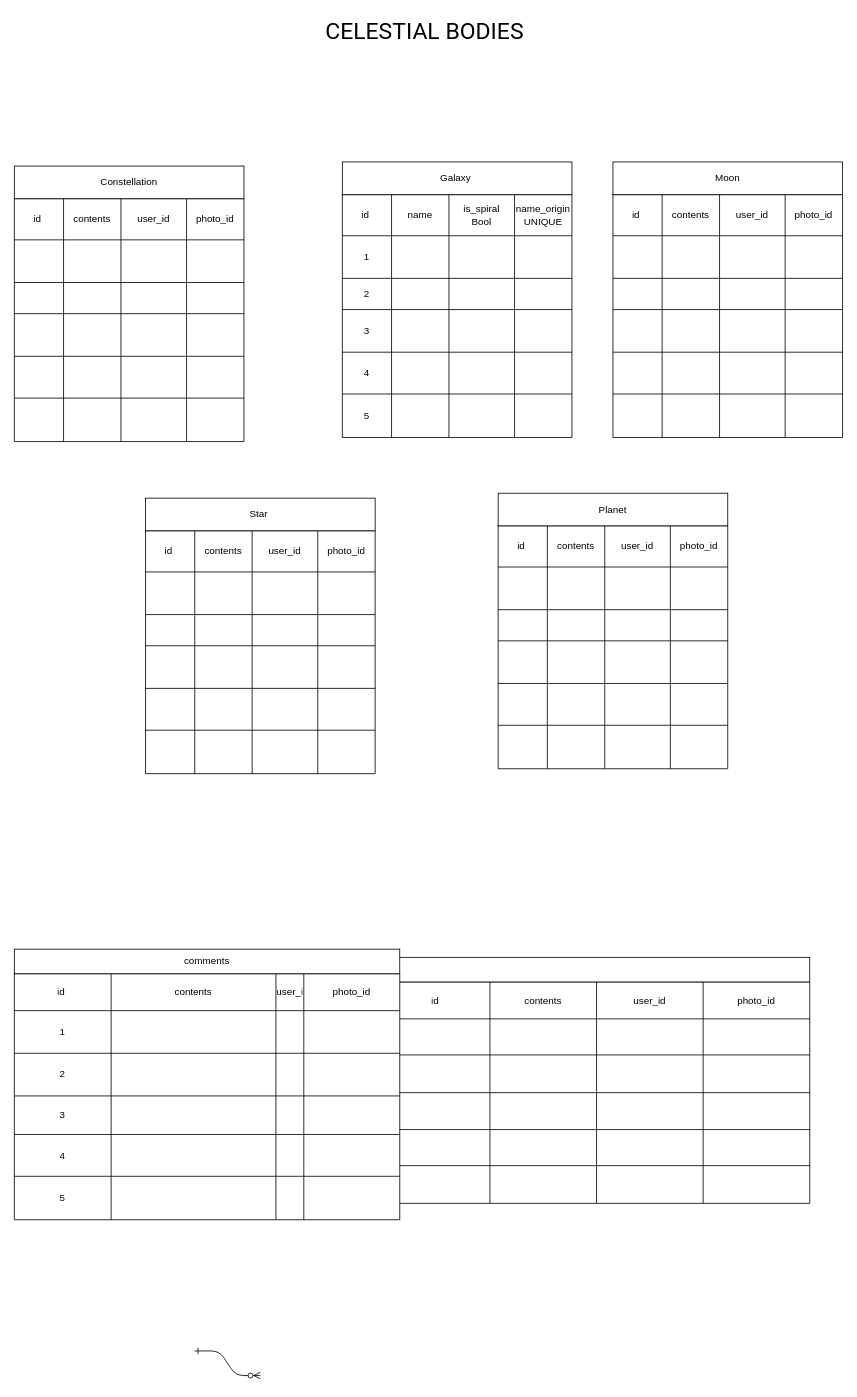
This is Untitled Diagram.drawio from MorganEJLA/sql-drawings, a draw.io file, before an edit. Source tidied: cells renumbered, new cells numbered last; positions are measured from the earlier drawing's top-left corner, leaving out a move shared by most shapes. Both pictures are drawn from the tidied source at 82%, with x=0, y=0 at pixel (14, 14).
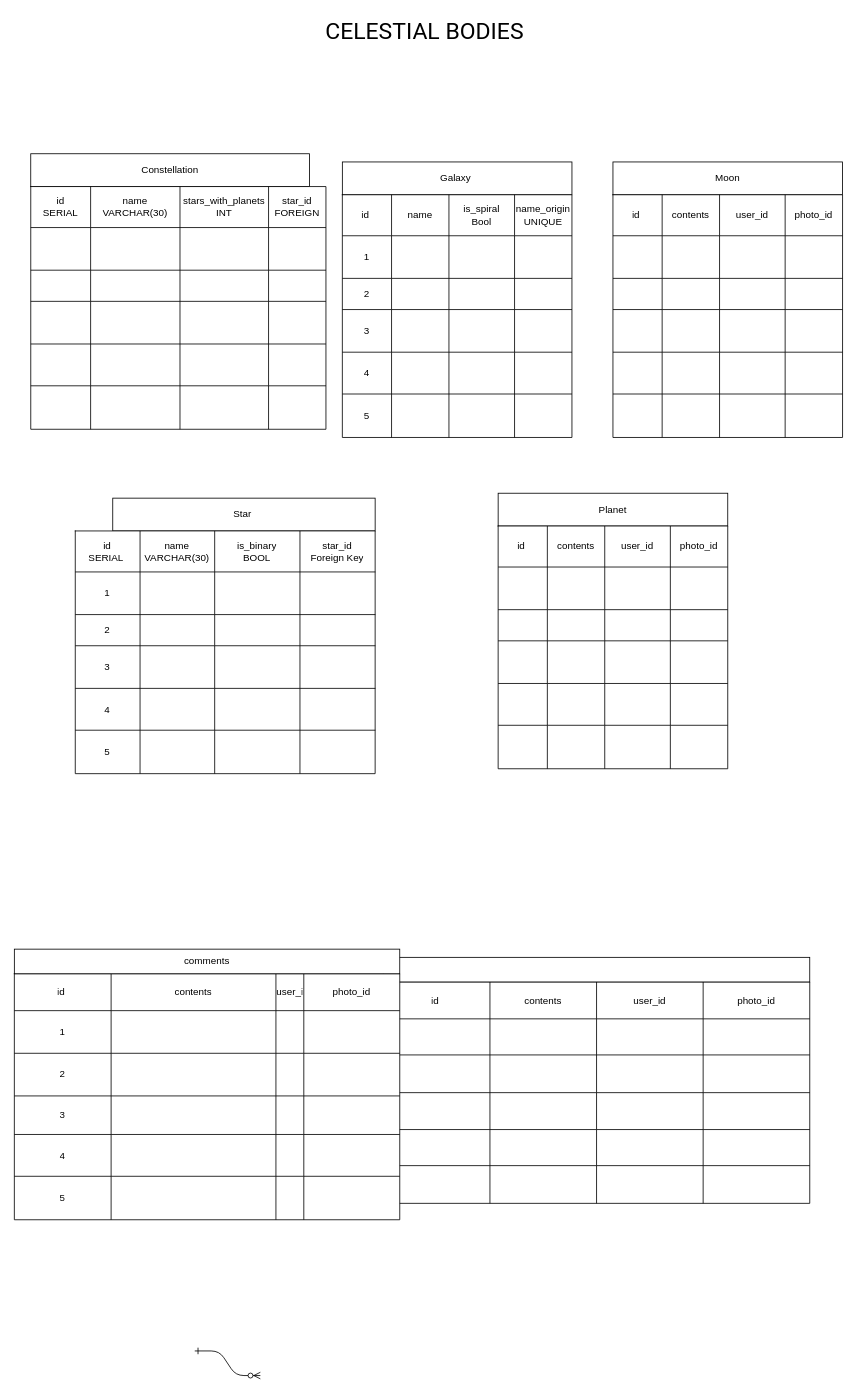
The same diagram, later.

The edit, as a diff of the source:
```diff
@@
     <mxCell id="71" style="group;" parent="1" vertex="1">
-      <mxGeometry x="160" y="590" width="280" height="336" as="geometry" />
+      <mxGeometry x="120" y="590" width="320" height="336" as="geometry" />
     </mxCell>
     <mxCell id="72" value="Star&amp;nbsp;" style="whiteSpace=wrap;html=1;" parent="71" vertex="1">
-      <mxGeometry width="280" height="40" as="geometry" />
+      <mxGeometry width="320" height="40" as="geometry" />
     </mxCell>
     <mxCell id="73" style="shape=table;startSize=0;childLayout=tableLayout;" parent="71" vertex="1">
-      <mxGeometry y="40" width="280" height="296" as="geometry" />
+      <mxGeometry x="-45.7" y="40" width="365.7" height="296" as="geometry" />
     </mxCell>
     <mxCell id="74" style="shape=tableRow;horizontal=0;startSize=0;swimlaneHead=0;swimlaneBody=0;top=0;left=0;bottom=0;right=0;fillColor=none;" parent="73" vertex="1">
-      <mxGeometry width="280" height="50" as="geometry" />
+      <mxGeometry width="365.7" height="50" as="geometry" />
     </mxCell>
-    <mxCell id="75" value="id&lt;span style=&quot;white-space: pre;&quot;&gt; &lt;/span&gt;" style="shape=partialRectangle;html=1;whiteSpace=wrap;overflow=hidden;fillColor=none;top=0;left=0;bottom=0;right=0;" parent="74" vertex="1">
-      <mxGeometry width="60" height="50" as="geometry" />
+    <mxCell id="75" value="id&lt;br&gt;&lt;span style=&quot;white-space: pre;&quot;&gt;SERIAL &lt;/span&gt;" style="shape=partialRectangle;html=1;whiteSpace=wrap;overflow=hidden;fillColor=none;top=0;left=0;bottom=0;right=0;" parent="74" vertex="1">
+      <mxGeometry width="79" height="50" as="geometry" />
     </mxCell>
-    <mxCell id="76" value="contents" style="shape=partialRectangle;html=1;whiteSpace=wrap;overflow=hidden;fillColor=none;top=0;left=0;bottom=0;right=0;" parent="74" vertex="1">
-      <mxGeometry x="60" width="70" height="50" as="geometry" />
+    <mxCell id="76" value="name&lt;br&gt;VARCHAR(30)" style="shape=partialRectangle;html=1;whiteSpace=wrap;overflow=hidden;fillColor=none;top=0;left=0;bottom=0;right=0;" parent="74" vertex="1">
+      <mxGeometry x="79" width="91" height="50" as="geometry" />
     </mxCell>
-    <mxCell id="77" value="user_id" style="shape=partialRectangle;html=1;whiteSpace=wrap;overflow=hidden;fillColor=none;top=0;left=0;bottom=0;right=0;" parent="74" vertex="1">
-      <mxGeometry x="130" width="80" height="50" as="geometry" />
+    <mxCell id="77" value="is_binary&lt;br&gt;BOOL" style="shape=partialRectangle;html=1;whiteSpace=wrap;overflow=hidden;fillColor=none;top=0;left=0;bottom=0;right=0;" parent="74" vertex="1">
+      <mxGeometry x="170" width="104" height="50" as="geometry" />
     </mxCell>
-    <mxCell id="78" value="photo_id" style="shape=partialRectangle;html=1;whiteSpace=wrap;overflow=hidden;fillColor=none;top=0;left=0;bottom=0;right=0;" parent="74" vertex="1">
-      <mxGeometry x="210" width="70" height="50" as="geometry" />
+    <mxCell id="78" value="star_id&lt;br&gt;Foreign Key" style="shape=partialRectangle;html=1;whiteSpace=wrap;overflow=hidden;fillColor=none;top=0;left=0;bottom=0;right=0;" parent="74" vertex="1">
+      <mxGeometry x="274" width="92" height="50" as="geometry" />
     </mxCell>
     <mxCell id="79" style="shape=tableRow;horizontal=0;startSize=0;swimlaneHead=0;swimlaneBody=0;top=0;left=0;bottom=0;right=0;fillColor=none;" parent="73" vertex="1">
-      <mxGeometry y="50" width="280" height="52" as="geometry" />
+      <mxGeometry y="50" width="365.7" height="52" as="geometry" />
     </mxCell>
-    <mxCell id="80" style="shape=partialRectangle;html=1;whiteSpace=wrap;overflow=hidden;fillColor=none;top=0;left=0;bottom=0;right=0;" parent="79" vertex="1">
-      <mxGeometry width="60" height="52" as="geometry" />
+    <mxCell id="80" value="1" style="shape=partialRectangle;html=1;whiteSpace=wrap;overflow=hidden;fillColor=none;top=0;left=0;bottom=0;right=0;" parent="79" vertex="1">
+      <mxGeometry width="79" height="52" as="geometry" />
     </mxCell>
     <mxCell id="81" style="shape=partialRectangle;html=1;whiteSpace=wrap;overflow=hidden;fillColor=none;top=0;left=0;bottom=0;right=0;" parent="79" vertex="1">
-      <mxGeometry x="60" width="70" height="52" as="geometry" />
+      <mxGeometry x="79" width="91" height="52" as="geometry" />
     </mxCell>
     <mxCell id="82" style="shape=partialRectangle;html=1;whiteSpace=wrap;overflow=hidden;fillColor=none;top=0;left=0;bottom=0;right=0;" parent="79" vertex="1">
-      <mxGeometry x="130" width="80" height="52" as="geometry" />
+      <mxGeometry x="170" width="104" height="52" as="geometry" />
     </mxCell>
     <mxCell id="83" style="shape=partialRectangle;html=1;whiteSpace=wrap;overflow=hidden;fillColor=none;top=0;left=0;bottom=0;right=0;" parent="79" vertex="1">
-      <mxGeometry x="210" width="70" height="52" as="geometry" />
+      <mxGeometry x="274" width="92" height="52" as="geometry" />
     </mxCell>
     <mxCell id="84" style="shape=tableRow;horizontal=0;startSize=0;swimlaneHead=0;swimlaneBody=0;top=0;left=0;bottom=0;right=0;fillColor=none;" parent="73" vertex="1">
-      <mxGeometry y="102" width="280" height="38" as="geometry" />
+      <mxGeometry y="102" width="365.7" height="38" as="geometry" />
     </mxCell>
-    <mxCell id="85" style="shape=partialRectangle;html=1;whiteSpace=wrap;overflow=hidden;fillColor=none;top=0;left=0;bottom=0;right=0;" parent="84" vertex="1">
-      <mxGeometry width="60" height="38" as="geometry" />
+    <mxCell id="85" value="2" style="shape=partialRectangle;html=1;whiteSpace=wrap;overflow=hidden;fillColor=none;top=0;left=0;bottom=0;right=0;" parent="84" vertex="1">
+      <mxGeometry width="79" height="38" as="geometry" />
     </mxCell>
     <mxCell id="86" style="shape=partialRectangle;html=1;whiteSpace=wrap;overflow=hidden;fillColor=none;top=0;left=0;bottom=0;right=0;" parent="84" vertex="1">
-      <mxGeometry x="60" width="70" height="38" as="geometry" />
+      <mxGeometry x="79" width="91" height="38" as="geometry" />
     </mxCell>
     <mxCell id="87" style="shape=partialRectangle;html=1;whiteSpace=wrap;overflow=hidden;fillColor=none;top=0;left=0;bottom=0;right=0;" parent="84" vertex="1">
-      <mxGeometry x="130" width="80" height="38" as="geometry" />
+      <mxGeometry x="170" width="104" height="38" as="geometry" />
     </mxCell>
     <mxCell id="88" style="shape=partialRectangle;html=1;whiteSpace=wrap;overflow=hidden;fillColor=none;top=0;left=0;bottom=0;right=0;" parent="84" vertex="1">
-      <mxGeometry x="210" width="70" height="38" as="geometry" />
+      <mxGeometry x="274" width="92" height="38" as="geometry" />
     </mxCell>
     <mxCell id="89" style="shape=tableRow;horizontal=0;startSize=0;swimlaneHead=0;swimlaneBody=0;top=0;left=0;bottom=0;right=0;fillColor=none;" parent="73" vertex="1">
-      <mxGeometry y="140" width="280" height="52" as="geometry" />
+      <mxGeometry y="140" width="365.7" height="52" as="geometry" />
     </mxCell>
-    <mxCell id="90" style="shape=partialRectangle;html=1;whiteSpace=wrap;overflow=hidden;fillColor=none;top=0;left=0;bottom=0;right=0;" parent="89" vertex="1">
-      <mxGeometry width="60" height="52" as="geometry" />
+    <mxCell id="90" value="3" style="shape=partialRectangle;html=1;whiteSpace=wrap;overflow=hidden;fillColor=none;top=0;left=0;bottom=0;right=0;" parent="89" vertex="1">
+      <mxGeometry width="79" height="52" as="geometry" />
     </mxCell>
     <mxCell id="91" style="shape=partialRectangle;html=1;whiteSpace=wrap;overflow=hidden;fillColor=none;top=0;left=0;bottom=0;right=0;" parent="89" vertex="1">
-      <mxGeometry x="60" width="70" height="52" as="geometry" />
+      <mxGeometry x="79" width="91" height="52" as="geometry" />
     </mxCell>
     <mxCell id="92" style="shape=partialRectangle;html=1;whiteSpace=wrap;overflow=hidden;fillColor=none;top=0;left=0;bottom=0;right=0;" parent="89" vertex="1">
-      <mxGeometry x="130" width="80" height="52" as="geometry" />
+      <mxGeometry x="170" width="104" height="52" as="geometry" />
     </mxCell>
     <mxCell id="93" style="shape=partialRectangle;html=1;whiteSpace=wrap;overflow=hidden;fillColor=none;top=0;left=0;bottom=0;right=0;" parent="89" vertex="1">
-      <mxGeometry x="210" width="70" height="52" as="geometry" />
+      <mxGeometry x="274" width="92" height="52" as="geometry" />
     </mxCell>
     <mxCell id="94" style="shape=tableRow;horizontal=0;startSize=0;swimlaneHead=0;swimlaneBody=0;top=0;left=0;bottom=0;right=0;fillColor=none;" parent="73" vertex="1">
-      <mxGeometry y="192" width="280" height="51" as="geometry" />
+      <mxGeometry y="192" width="365.7" height="51" as="geometry" />
     </mxCell>
-    <mxCell id="95" style="shape=partialRectangle;html=1;whiteSpace=wrap;overflow=hidden;fillColor=none;top=0;left=0;bottom=0;right=0;" parent="94" vertex="1">
-      <mxGeometry width="60" height="51" as="geometry" />
+    <mxCell id="95" value="4" style="shape=partialRectangle;html=1;whiteSpace=wrap;overflow=hidden;fillColor=none;top=0;left=0;bottom=0;right=0;" parent="94" vertex="1">
+      <mxGeometry width="79" height="51" as="geometry" />
     </mxCell>
     <mxCell id="96" style="shape=partialRectangle;html=1;whiteSpace=wrap;overflow=hidden;fillColor=none;top=0;left=0;bottom=0;right=0;" parent="94" vertex="1">
-      <mxGeometry x="60" width="70" height="51" as="geometry" />
+      <mxGeometry x="79" width="91" height="51" as="geometry" />
     </mxCell>
     <mxCell id="97" style="shape=partialRectangle;html=1;whiteSpace=wrap;overflow=hidden;fillColor=none;top=0;left=0;bottom=0;right=0;" parent="94" vertex="1">
-      <mxGeometry x="130" width="80" height="51" as="geometry" />
+      <mxGeometry x="170" width="104" height="51" as="geometry" />
     </mxCell>
     <mxCell id="98" style="shape=partialRectangle;html=1;whiteSpace=wrap;overflow=hidden;fillColor=none;top=0;left=0;bottom=0;right=0;" parent="94" vertex="1">
-      <mxGeometry x="210" width="70" height="51" as="geometry" />
+      <mxGeometry x="274" width="92" height="51" as="geometry" />
     </mxCell>
     <mxCell id="99" style="shape=tableRow;horizontal=0;startSize=0;swimlaneHead=0;swimlaneBody=0;top=0;left=0;bottom=0;right=0;fillColor=none;" parent="73" vertex="1">
-      <mxGeometry y="243" width="280" height="53" as="geometry" />
+      <mxGeometry y="243" width="365.7" height="53" as="geometry" />
     </mxCell>
-    <mxCell id="100" style="shape=partialRectangle;html=1;whiteSpace=wrap;overflow=hidden;fillColor=none;top=0;left=0;bottom=0;right=0;" parent="99" vertex="1">
-      <mxGeometry width="60" height="53" as="geometry" />
+    <mxCell id="100" value="5" style="shape=partialRectangle;html=1;whiteSpace=wrap;overflow=hidden;fillColor=none;top=0;left=0;bottom=0;right=0;" parent="99" vertex="1">
+      <mxGeometry width="79" height="53" as="geometry" />
     </mxCell>
     <mxCell id="101" style="shape=partialRectangle;html=1;whiteSpace=wrap;overflow=hidden;fillColor=none;top=0;left=0;bottom=0;right=0;" parent="99" vertex="1">
-      <mxGeometry x="60" width="70" height="53" as="geometry" />
+      <mxGeometry x="79" width="91" height="53" as="geometry" />
     </mxCell>
     <mxCell id="102" style="shape=partialRectangle;html=1;whiteSpace=wrap;overflow=hidden;fillColor=none;top=0;left=0;bottom=0;right=0;" parent="99" vertex="1">
-      <mxGeometry x="130" width="80" height="53" as="geometry" />
+      <mxGeometry x="170" width="104" height="53" as="geometry" />
     </mxCell>
     <mxCell id="103" style="shape=partialRectangle;html=1;whiteSpace=wrap;overflow=hidden;fillColor=none;top=0;left=0;bottom=0;right=0;" parent="99" vertex="1">
-      <mxGeometry x="210" width="70" height="53" as="geometry" />
+      <mxGeometry x="274" width="92" height="53" as="geometry" />
     </mxCell>
     <mxCell id="104" style="group;" parent="1" vertex="1">
-      <mxGeometry y="185" width="280" height="336" as="geometry" />
+      <mxGeometry x="20" y="170" width="340" height="336" as="geometry" />
     </mxCell>
     <mxCell id="105" value="Constellation" style="whiteSpace=wrap;html=1;" parent="104" vertex="1">
-      <mxGeometry width="280" height="40" as="geometry" />
+      <mxGeometry width="340" height="40" as="geometry" />
     </mxCell>
     <mxCell id="106" style="shape=table;startSize=0;childLayout=tableLayout;" parent="104" vertex="1">
-      <mxGeometry y="40" width="280" height="296" as="geometry" />
+      <mxGeometry y="40" width="360" height="296" as="geometry" />
     </mxCell>
     <mxCell id="107" style="shape=tableRow;horizontal=0;startSize=0;swimlaneHead=0;swimlaneBody=0;top=0;left=0;bottom=0;right=0;fillColor=none;" parent="106" vertex="1">
-      <mxGeometry width="280" height="50" as="geometry" />
+      <mxGeometry width="360" height="50" as="geometry" />
     </mxCell>
-    <mxCell id="108" value="id&lt;span style=&quot;white-space: pre;&quot;&gt; &lt;/span&gt;" style="shape=partialRectangle;html=1;whiteSpace=wrap;overflow=hidden;fillColor=none;top=0;left=0;bottom=0;right=0;" parent="107" vertex="1">
-      <mxGeometry width="60" height="50" as="geometry" />
+    <mxCell id="108" value="id&lt;br&gt;SERIAL" style="shape=partialRectangle;html=1;whiteSpace=wrap;overflow=hidden;fillColor=none;top=0;left=0;bottom=0;right=0;" parent="107" vertex="1">
+      <mxGeometry width="73" height="50" as="geometry" />
     </mxCell>
-    <mxCell id="109" value="contents" style="shape=partialRectangle;html=1;whiteSpace=wrap;overflow=hidden;fillColor=none;top=0;left=0;bottom=0;right=0;" parent="107" vertex="1">
-      <mxGeometry x="60" width="70" height="50" as="geometry" />
+    <mxCell id="109" value="name&lt;br&gt;VARCHAR(30)" style="shape=partialRectangle;html=1;whiteSpace=wrap;overflow=hidden;fillColor=none;top=0;left=0;bottom=0;right=0;" parent="107" vertex="1">
+      <mxGeometry x="73" width="109" height="50" as="geometry" />
     </mxCell>
-    <mxCell id="110" value="user_id" style="shape=partialRectangle;html=1;whiteSpace=wrap;overflow=hidden;fillColor=none;top=0;left=0;bottom=0;right=0;" parent="107" vertex="1">
-      <mxGeometry x="130" width="80" height="50" as="geometry" />
+    <mxCell id="110" value="stars_with_planets&lt;br&gt;INT" style="shape=partialRectangle;html=1;whiteSpace=wrap;overflow=hidden;fillColor=none;top=0;left=0;bottom=0;right=0;" parent="107" vertex="1">
+      <mxGeometry x="182" width="108" height="50" as="geometry" />
     </mxCell>
-    <mxCell id="111" value="photo_id" style="shape=partialRectangle;html=1;whiteSpace=wrap;overflow=hidden;fillColor=none;top=0;left=0;bottom=0;right=0;" parent="107" vertex="1">
-      <mxGeometry x="210" width="70" height="50" as="geometry" />
+    <mxCell id="111" value="star_id&lt;br&gt;FOREIGN" style="shape=partialRectangle;html=1;whiteSpace=wrap;overflow=hidden;fillColor=none;top=0;left=0;bottom=0;right=0;" parent="107" vertex="1">
+      <mxGeometry x="290" width="70" height="50" as="geometry" />
     </mxCell>
     <mxCell id="112" style="shape=tableRow;horizontal=0;startSize=0;swimlaneHead=0;swimlaneBody=0;top=0;left=0;bottom=0;right=0;fillColor=none;" parent="106" vertex="1">
-      <mxGeometry y="50" width="280" height="52" as="geometry" />
+      <mxGeometry y="50" width="360" height="52" as="geometry" />
     </mxCell>
     <mxCell id="113" style="shape=partialRectangle;html=1;whiteSpace=wrap;overflow=hidden;fillColor=none;top=0;left=0;bottom=0;right=0;" parent="112" vertex="1">
-      <mxGeometry width="60" height="52" as="geometry" />
+      <mxGeometry width="73" height="52" as="geometry" />
     </mxCell>
     <mxCell id="114" style="shape=partialRectangle;html=1;whiteSpace=wrap;overflow=hidden;fillColor=none;top=0;left=0;bottom=0;right=0;" parent="112" vertex="1">
-      <mxGeometry x="60" width="70" height="52" as="geometry" />
+      <mxGeometry x="73" width="109" height="52" as="geometry" />
     </mxCell>
     <mxCell id="115" style="shape=partialRectangle;html=1;whiteSpace=wrap;overflow=hidden;fillColor=none;top=0;left=0;bottom=0;right=0;" parent="112" vertex="1">
-      <mxGeometry x="130" width="80" height="52" as="geometry" />
+      <mxGeometry x="182" width="108" height="52" as="geometry" />
     </mxCell>
     <mxCell id="116" style="shape=partialRectangle;html=1;whiteSpace=wrap;overflow=hidden;fillColor=none;top=0;left=0;bottom=0;right=0;" parent="112" vertex="1">
-      <mxGeometry x="210" width="70" height="52" as="geometry" />
+      <mxGeometry x="290" width="70" height="52" as="geometry" />
     </mxCell>
     <mxCell id="117" style="shape=tableRow;horizontal=0;startSize=0;swimlaneHead=0;swimlaneBody=0;top=0;left=0;bottom=0;right=0;fillColor=none;" parent="106" vertex="1">
-      <mxGeometry y="102" width="280" height="38" as="geometry" />
+      <mxGeometry y="102" width="360" height="38" as="geometry" />
     </mxCell>
     <mxCell id="118" style="shape=partialRectangle;html=1;whiteSpace=wrap;overflow=hidden;fillColor=none;top=0;left=0;bottom=0;right=0;" parent="117" vertex="1">
-      <mxGeometry width="60" height="38" as="geometry" />
+      <mxGeometry width="73" height="38" as="geometry" />
     </mxCell>
     <mxCell id="119" style="shape=partialRectangle;html=1;whiteSpace=wrap;overflow=hidden;fillColor=none;top=0;left=0;bottom=0;right=0;" parent="117" vertex="1">
-      <mxGeometry x="60" width="70" height="38" as="geometry" />
+      <mxGeometry x="73" width="109" height="38" as="geometry" />
     </mxCell>
     <mxCell id="120" style="shape=partialRectangle;html=1;whiteSpace=wrap;overflow=hidden;fillColor=none;top=0;left=0;bottom=0;right=0;" parent="117" vertex="1">
-      <mxGeometry x="130" width="80" height="38" as="geometry" />
+      <mxGeometry x="182" width="108" height="38" as="geometry" />
     </mxCell>
     <mxCell id="121" style="shape=partialRectangle;html=1;whiteSpace=wrap;overflow=hidden;fillColor=none;top=0;left=0;bottom=0;right=0;" parent="117" vertex="1">
-      <mxGeometry x="210" width="70" height="38" as="geometry" />
+      <mxGeometry x="290" width="70" height="38" as="geometry" />
     </mxCell>
     <mxCell id="122" style="shape=tableRow;horizontal=0;startSize=0;swimlaneHead=0;swimlaneBody=0;top=0;left=0;bottom=0;right=0;fillColor=none;" parent="106" vertex="1">
-      <mxGeometry y="140" width="280" height="52" as="geometry" />
+      <mxGeometry y="140" width="360" height="52" as="geometry" />
     </mxCell>
     <mxCell id="123" style="shape=partialRectangle;html=1;whiteSpace=wrap;overflow=hidden;fillColor=none;top=0;left=0;bottom=0;right=0;" parent="122" vertex="1">
-      <mxGeometry width="60" height="52" as="geometry" />
+      <mxGeometry width="73" height="52" as="geometry" />
     </mxCell>
     <mxCell id="124" style="shape=partialRectangle;html=1;whiteSpace=wrap;overflow=hidden;fillColor=none;top=0;left=0;bottom=0;right=0;" parent="122" vertex="1">
-      <mxGeometry x="60" width="70" height="52" as="geometry" />
+      <mxGeometry x="73" width="109" height="52" as="geometry" />
     </mxCell>
     <mxCell id="125" style="shape=partialRectangle;html=1;whiteSpace=wrap;overflow=hidden;fillColor=none;top=0;left=0;bottom=0;right=0;" parent="122" vertex="1">
-      <mxGeometry x="130" width="80" height="52" as="geometry" />
+      <mxGeometry x="182" width="108" height="52" as="geometry" />
     </mxCell>
     <mxCell id="126" style="shape=partialRectangle;html=1;whiteSpace=wrap;overflow=hidden;fillColor=none;top=0;left=0;bottom=0;right=0;" parent="122" vertex="1">
-      <mxGeometry x="210" width="70" height="52" as="geometry" />
+      <mxGeometry x="290" width="70" height="52" as="geometry" />
     </mxCell>
     <mxCell id="127" style="shape=tableRow;horizontal=0;startSize=0;swimlaneHead=0;swimlaneBody=0;top=0;left=0;bottom=0;right=0;fillColor=none;" parent="106" vertex="1">
-      <mxGeometry y="192" width="280" height="51" as="geometry" />
+      <mxGeometry y="192" width="360" height="51" as="geometry" />
     </mxCell>
     <mxCell id="128" style="shape=partialRectangle;html=1;whiteSpace=wrap;overflow=hidden;fillColor=none;top=0;left=0;bottom=0;right=0;" parent="127" vertex="1">
-      <mxGeometry width="60" height="51" as="geometry" />
+      <mxGeometry width="73" height="51" as="geometry" />
     </mxCell>
     <mxCell id="129" style="shape=partialRectangle;html=1;whiteSpace=wrap;overflow=hidden;fillColor=none;top=0;left=0;bottom=0;right=0;" parent="127" vertex="1">
-      <mxGeometry x="60" width="70" height="51" as="geometry" />
+      <mxGeometry x="73" width="109" height="51" as="geometry" />
     </mxCell>
     <mxCell id="130" style="shape=partialRectangle;html=1;whiteSpace=wrap;overflow=hidden;fillColor=none;top=0;left=0;bottom=0;right=0;" parent="127" vertex="1">
-      <mxGeometry x="130" width="80" height="51" as="geometry" />
+      <mxGeometry x="182" width="108" height="51" as="geometry" />
     </mxCell>
     <mxCell id="131" style="shape=partialRectangle;html=1;whiteSpace=wrap;overflow=hidden;fillColor=none;top=0;left=0;bottom=0;right=0;" parent="127" vertex="1">
-      <mxGeometry x="210" width="70" height="51" as="geometry" />
+      <mxGeometry x="290" width="70" height="51" as="geometry" />
     </mxCell>
     <mxCell id="132" style="shape=tableRow;horizontal=0;startSize=0;swimlaneHead=0;swimlaneBody=0;top=0;left=0;bottom=0;right=0;fillColor=none;" parent="106" vertex="1">
-      <mxGeometry y="243" width="280" height="53" as="geometry" />
+      <mxGeometry y="243" width="360" height="53" as="geometry" />
     </mxCell>
     <mxCell id="133" style="shape=partialRectangle;html=1;whiteSpace=wrap;overflow=hidden;fillColor=none;top=0;left=0;bottom=0;right=0;" parent="132" vertex="1">
-      <mxGeometry width="60" height="53" as="geometry" />
+      <mxGeometry width="73" height="53" as="geometry" />
     </mxCell>
     <mxCell id="134" style="shape=partialRectangle;html=1;whiteSpace=wrap;overflow=hidden;fillColor=none;top=0;left=0;bottom=0;right=0;" parent="132" vertex="1">
-      <mxGeometry x="60" width="70" height="53" as="geometry" />
+      <mxGeometry x="73" width="109" height="53" as="geometry" />
     </mxCell>
     <mxCell id="135" style="shape=partialRectangle;html=1;whiteSpace=wrap;overflow=hidden;fillColor=none;top=0;left=0;bottom=0;right=0;" parent="132" vertex="1">
-      <mxGeometry x="130" width="80" height="53" as="geometry" />
+      <mxGeometry x="182" width="108" height="53" as="geometry" />
     </mxCell>
     <mxCell id="136" style="shape=partialRectangle;html=1;whiteSpace=wrap;overflow=hidden;fillColor=none;top=0;left=0;bottom=0;right=0;" parent="132" vertex="1">
-      <mxGeometry x="210" width="70" height="53" as="geometry" />
+      <mxGeometry x="290" width="70" height="53" as="geometry" />
     </mxCell>
```
